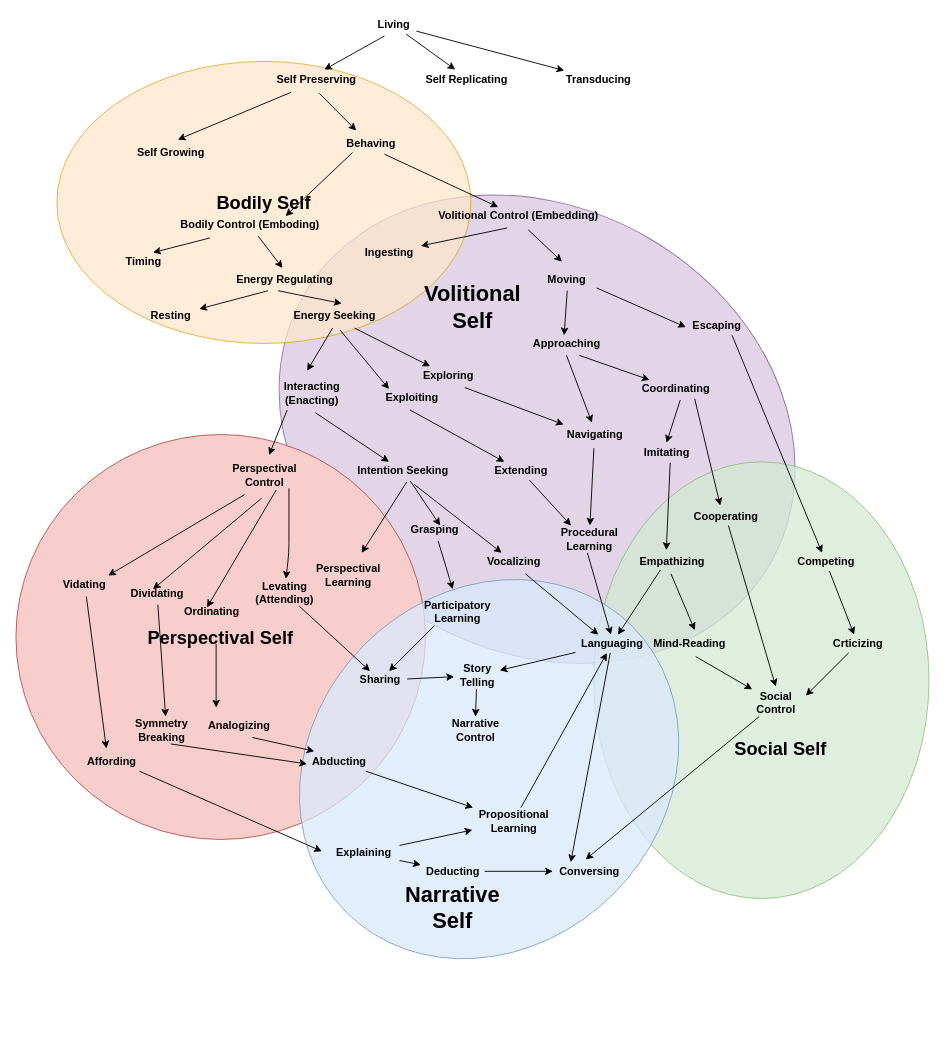
Earlier version of the draw.io diagram self_evolution.drawio (codeaudit/1). Source tidied: cells renumbered, new cells numbered last; positions are measured from the earlier drawing's top-left corner, leaving out a move shared by most shapes. Both pictures are drawn from the tidied source at 91%, with x=0, y=0 at pixel (15, 15).
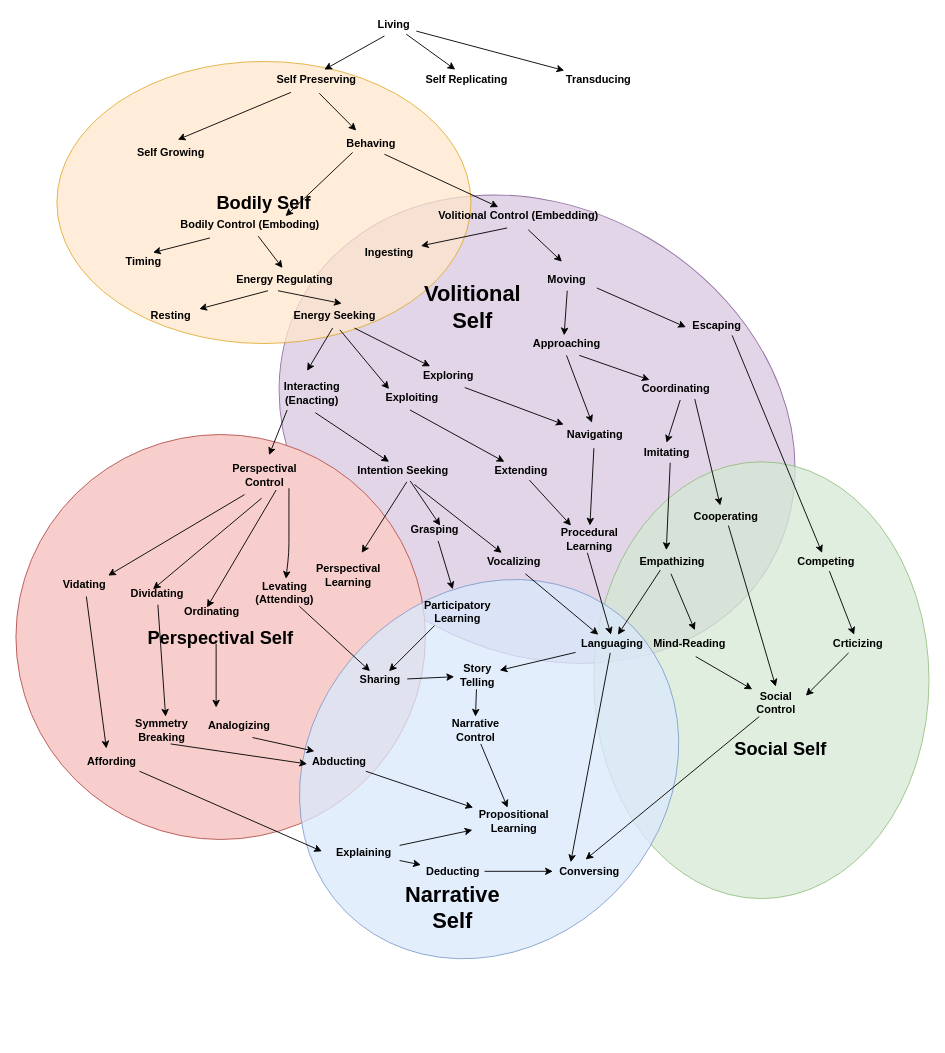
After the change.

The change refers to these unchanged cells:
```xml
<mxCell id="33" value="Propositional&lt;br&gt;Learning" style="text;html=1;align=center;verticalAlign=middle;points=[];fontStyle=1;" parent="1" vertex="1">
  <mxGeometry x="501.6" y="870" width="90" height="30" as="geometry" />
</mxCell>
<mxCell id="40" value="Languaging" style="text;html=1;align=center;verticalAlign=middle;points=[];fontStyle=1;" parent="1" vertex="1">
  <mxGeometry x="615" y="680" width="80" height="20" as="geometry" />
</mxCell>
<mxCell id="106" value="Narrative&lt;br&gt;Control" style="text;html=1;align=center;verticalAlign=middle;points=[];fontStyle=1;" parent="1" vertex="1">
  <mxGeometry x="469.5" y="770" width="70" height="30" as="geometry" />
</mxCell>
```

Diff of the diagram source:
```diff
@@
-    <mxCell id="118" style="endArrow=classic;html=1;" parent="1" edge="1" source="33" target="40">
+    <mxCell id="118" style="endArrow=classic;html=1;" parent="1" edge="1" source="106" target="33">
       <mxGeometry relative="1" as="geometry" />
     </mxCell>
```
